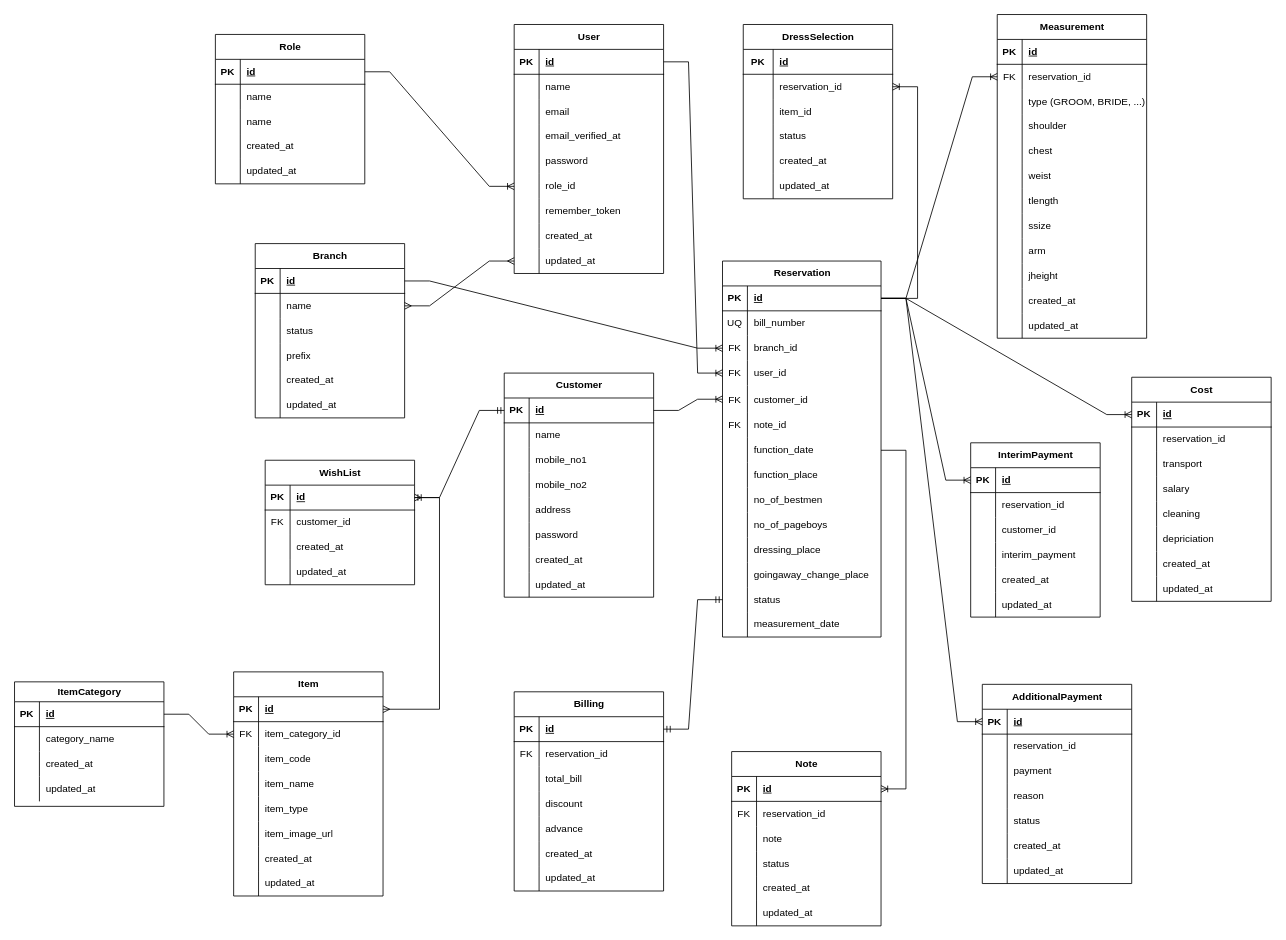
Earlier version of the draw.io diagram ERDiagram.drawio (ranidu-harshana/SriKulaMedura). Source tidied: cells renumbered, new cells numbered last; positions are measured from the earlier drawing's top-left corner, leaving out a move shared by most shapes. Both pictures are drawn from the tidied source at 83%, with x=0, y=0 at pixel (14, 14).
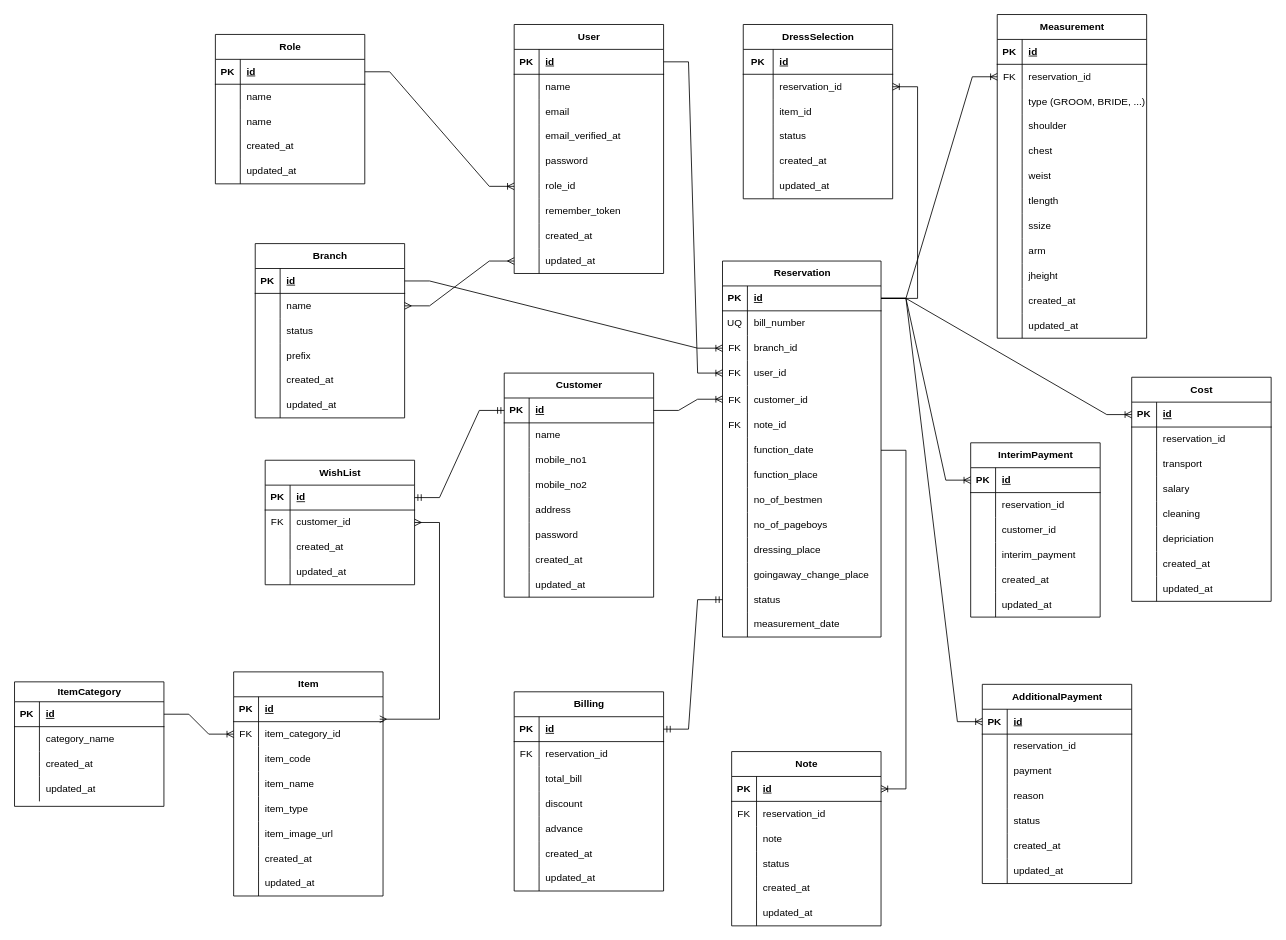
The same page after the edit.

Unchanged cells that the change refers to:
```xml
<mxCell id="116" style="shape=tableRow;horizontal=0;startSize=0;swimlaneHead=0;swimlaneBody=0;fillColor=none;points=[[0,0.5],[1,0.5]];portConstraint=eastwest;top=0;left=0;right=0;bottom=1;" parent="115" vertex="1">
  <mxGeometry y="30" width="180" height="30" as="geometry" />
</mxCell>
<mxCell id="166" style="shape=tableRow;horizontal=0;startSize=0;swimlaneHead=0;swimlaneBody=0;fillColor=none;points=[[0,0.5],[1,0.5]];portConstraint=eastwest;top=0;left=0;right=0;bottom=1;" parent="165" vertex="1">
  <mxGeometry y="30" width="180" height="30" as="geometry" />
</mxCell>
<mxCell id="169" style="shape=tableRow;horizontal=0;startSize=0;swimlaneHead=0;swimlaneBody=0;fillColor=none;points=[[0,0.5],[1,0.5]];portConstraint=eastwest;top=0;left=0;right=0;bottom=0;" parent="165" vertex="1">
  <mxGeometry y="60" width="180" height="30" as="geometry" />
</mxCell>
```

Change to the diagram source:
```diff
@@
-    <mxCell id="337" style="edgeStyle=entityRelationEdgeStyle;fontSize=12;html=1;endArrow=ERmany;startArrow=ERmany;rounded=0;" parent="1" edge="1" source="116" target="166">
-      <mxGeometry relative="1" as="geometry" />
+    <mxCell id="337" style="edgeStyle=entityRelationEdgeStyle;fontSize=12;html=1;endArrow=ERmany;startArrow=ERmany;rounded=0;" parent="1" edge="1" target="169">
+      <mxGeometry relative="1" as="geometry">
+        <mxPoint x="440" y="849" as="sourcePoint" />
+        <Array as="points">
+          <mxPoint x="216" y="588" />
+        </Array>
+      </mxGeometry>
     </mxCell>
```
